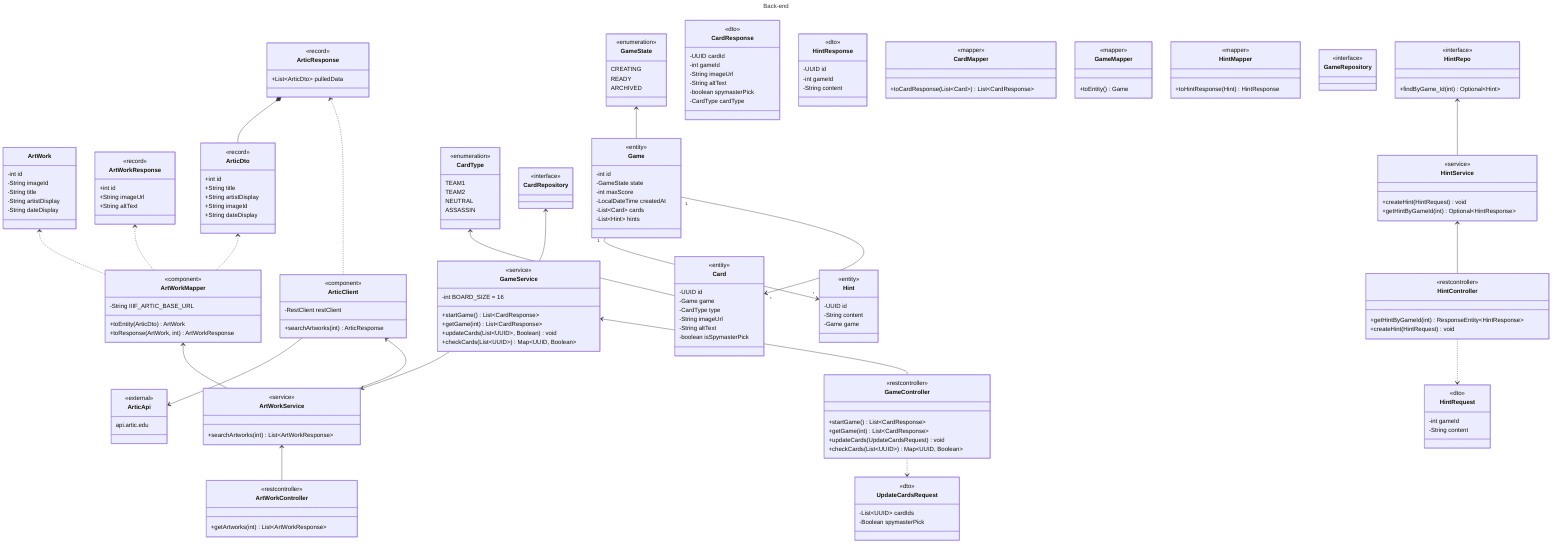
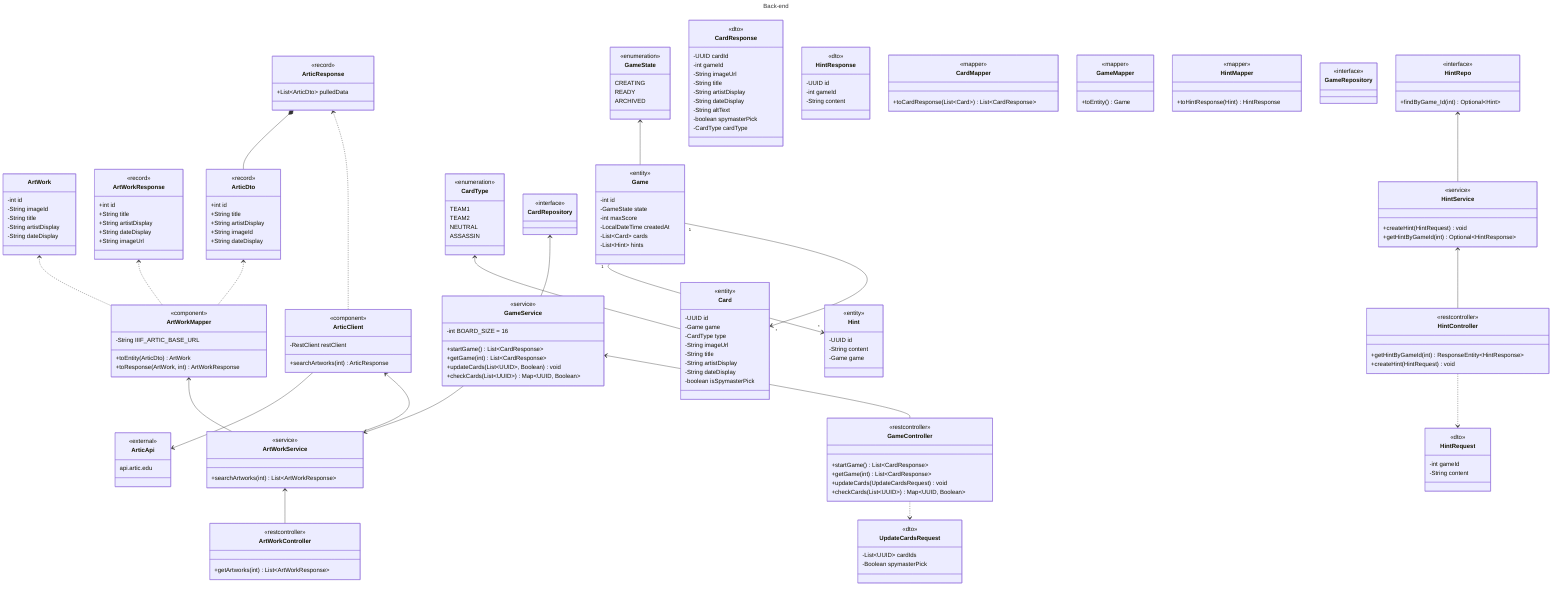
---
title: Back-end
---
classDiagram
    %% Art package
    class ArtWork {
        -int id
        -String imageId
        -String title
        -String artistDisplay
        -String dateDisplay
    }

    class ArtWorkResponse {
        <<record>>
        +int id
+         +String title
+         +String artistDisplay
+         +String dateDisplay
        +String imageUrl
-         +String altText
    }

    class ArticResponse {
        <<record>>
        +List~ArticDto~ pulledData
    }

    class ArticDto {
        <<record>>
        +int id
        +String title
        +String artistDisplay
        +String imageId
        +String dateDisplay
    }

    class ArtWorkMapper {
        <<component>>
        -String IIIF_ARTIC_BASE_URL
        +toEntity(ArticDto) ArtWork
        +toResponse(ArtWork, int) ArtWorkResponse
    }

    class ArtWorkService {
        <<service>>
        +searchArtworks(int) List~ArtWorkResponse~
    }

    class ArticClient {
        <<component>>
        -RestClient restClient
        +searchArtworks(int) ArticResponse
    }

    class ArticApi {
        <<external>>
        api.artic.edu
    }

    class ArtWorkController {
        <<restcontroller>>
        +getArtworks(int) List~ArtWorkResponse~
    }

    ArtWork <.. ArtWorkMapper
    ArtWorkResponse <.. ArtWorkMapper
    ArticResponse <.. ArticClient
    ArticResponse *-- ArticDto
    ArticDto <.. ArtWorkMapper
    ArtWorkMapper <-- ArtWorkService
    ArticClient <-- ArtWorkService
    ArtWorkService <-- ArtWorkController
    ArticClient --> ArticApi

    %% Game package
    class Game {
        <<entity>>
        -int id
        -GameState state
        -int maxScore
        -LocalDateTime createdAt
        -List~Card~ cards
        -List~Hint~ hints
    }

    class GameState {
        <<enumeration>>
        CREATING
        READY
        ARCHIVED
    }

    class Card {
        <<entity>>
        -UUID id
        -Game game
        -CardType type
        -String imageUrl
-         -String altText
+         -String title
+         -String artistDisplay
+         -String dateDisplay
        -boolean isSpymasterPick
    }

    class CardType {
        <<enumeration>>
        TEAM1
        TEAM2
        NEUTRAL
        ASSASSIN
    }

    class CardResponse {
        <<dto>>
        -UUID cardId
        -int gameId
        -String imageUrl
+         -String title
+         -String artistDisplay
+         -String dateDisplay
        -String altText
        -boolean spymasterPick
        -CardType cardType
    }

    class HintResponse {
        <<dto>>
        -UUID id
        -int gameId
        -String content
    }

    class CardMapper {
        <<mapper>>
        +toCardResponse(List~Card~) List~CardResponse~
    }

    class GameMapper {
        <<mapper>>
        +toEntity() Game
    }

    class HintMapper {
        <<mapper>>
        +toHintResponse(Hint) HintResponse
    }

    class UpdateCardsRequest {
        <<dto>>
        -List~UUID~ cardIds
        -Boolean spymasterPick
    }

    class HintRequest {
        <<dto>>
        -int gameId
        -String content
    }

    class GameRepository {
        <<interface>>
    }

    class CardRepository {
        <<interface>>
    }

    class HintRepo {
        <<interface>>
        +findByGame_Id(int) Optional~Hint~
    }

    class GameService {
        <<service>>
        -int BOARD_SIZE = 16
        +startGame() List~CardResponse~
        +getGame(int) List~CardResponse~
        +updateCards(List~UUID~, Boolean) void
        +checkCards(List~UUID~) Map~UUID, Boolean~
    }

    class GameController {
        <<restcontroller>>
        +startGame() List~CardResponse~
        +getGame(int) List~CardResponse~
        +updateCards(UpdateCardsRequest) void
        +checkCards(List~UUID~) Map~UUID, Boolean~
    }

    class Hint {
        <<entity>>
        -UUID id
        -String content
        -Game game
    }

    class HintService {
        <<service>>
        +createHint(HintRequest) void
        +getHintByGameId(int) Optional~HintResponse~
    }

    class HintController {
        <<restcontroller>>
        +getHintByGameId(int) ResponseEntity~HintResponse~
        +createHint(HintRequest) void
    }

    Game "1" --> "*" Card
    Game "1" --> "*" Hint
    GameState <-- Game
    CardType <-- Card

    CardRepository <-- GameService
    GameService <-- GameController
    GameController ..> UpdateCardsRequest
    GameService --> ArtWorkService

    HintRepo <-- HintService
    HintService <-- HintController
    HintController ..> HintRequest
